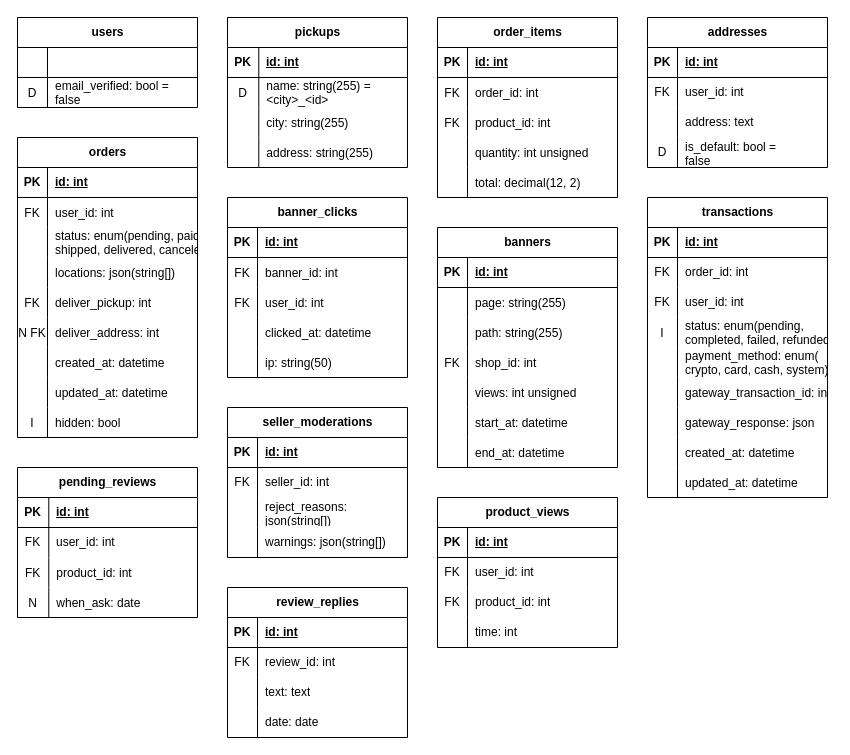
d0lmany/TEWA keeps this draw.io diagram as page "Копия ER" (5 of 7) of docs/TEWA - 1 step.drawio. Above is the earlier version. Source tidied: cells renumbered, new cells numbered last; positions are measured from the earlier drawing's top-left corner, leaving out a move shared by most shapes. Both pictures are drawn from the tidied source at 100%, with x=0, y=0 at pixel (17, 17).
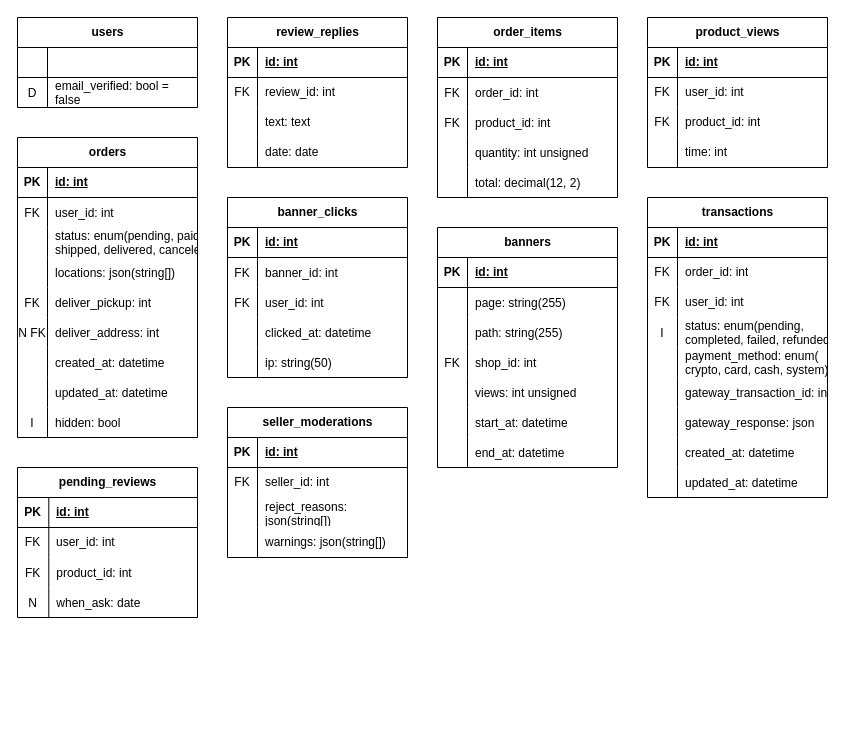
After the change.

The edit, as a diff of the source:
```diff
@@
-    <mxCell id="2" value="pickups" style="shape=table;startSize=30;childLayout=tableLayout;rowLines=0;fontStyle=1;align=center;html=1;" parent="1" vertex="1">
-      <mxGeometry x="210" width="180" height="150" as="geometry" />
-    </mxCell>
-    <mxCell id="3" style="shape=tableRow;horizontal=0;startSize=0;swimlaneHead=0;swimlaneBody=0;fillColor=none;top=0;left=0;right=0;bottom=1;" parent="2" vertex="1">
-      <mxGeometry y="30" width="180" height="30" as="geometry" />
-    </mxCell>
-    <mxCell id="4" value="PK" style="shape=partialRectangle;fillColor=none;top=0;left=0;bottom=0;right=0;fontStyle=1;overflow=hidden;whiteSpace=wrap;html=1;" parent="3" vertex="1">
-      <mxGeometry width="31.3" height="30" as="geometry" />
-    </mxCell>
-    <mxCell id="5" value="id: int" style="shape=partialRectangle;fillColor=none;top=0;left=0;bottom=0;right=0;align=left;spacingLeft=6;fontStyle=5;overflow=hidden;whiteSpace=wrap;html=1;" parent="3" vertex="1">
-      <mxGeometry x="31.3" width="148.7" height="30" as="geometry" />
-    </mxCell>
-    <mxCell id="6" style="shape=tableRow;horizontal=0;startSize=0;swimlaneHead=0;swimlaneBody=0;fillColor=none;top=0;left=0;right=0;bottom=0;" parent="2" vertex="1">
-      <mxGeometry y="60" width="180" height="30" as="geometry" />
-    </mxCell>
-    <mxCell id="7" value="D" style="shape=partialRectangle;fillColor=none;top=0;left=0;bottom=0;right=0;overflow=hidden;" parent="6" vertex="1">
-      <mxGeometry width="31.3" height="30" as="geometry" />
-    </mxCell>
-    <mxCell id="8" value="name: string(255) =&#10;&lt;city&gt;_&lt;id&gt;" style="shape=partialRectangle;fillColor=none;top=0;left=0;bottom=0;right=0;align=left;spacingLeft=6;overflow=hidden;" parent="6" vertex="1">
-      <mxGeometry x="31.3" width="148.7" height="30" as="geometry" />
-    </mxCell>
-    <mxCell id="9" style="shape=tableRow;horizontal=0;startSize=0;swimlaneHead=0;swimlaneBody=0;fillColor=none;top=0;left=0;right=0;bottom=0;" parent="2" vertex="1">
-      <mxGeometry y="90" width="180" height="30" as="geometry" />
-    </mxCell>
-    <mxCell id="10" style="shape=partialRectangle;fillColor=none;top=0;left=0;bottom=0;right=0;overflow=hidden;" parent="9" vertex="1">
-      <mxGeometry width="31.3" height="30" as="geometry" />
-    </mxCell>
-    <mxCell id="11" value="city: string(255)" style="shape=partialRectangle;fillColor=none;top=0;left=0;bottom=0;right=0;align=left;spacingLeft=6;overflow=hidden;" parent="9" vertex="1">
-      <mxGeometry x="31.3" width="148.7" height="30" as="geometry" />
-    </mxCell>
-    <mxCell id="12" style="shape=tableRow;horizontal=0;startSize=0;swimlaneHead=0;swimlaneBody=0;fillColor=none;top=0;left=0;right=0;bottom=0;" parent="2" vertex="1">
-      <mxGeometry y="120" width="180" height="30" as="geometry" />
-    </mxCell>
-    <mxCell id="13" style="shape=partialRectangle;fillColor=none;top=0;left=0;bottom=0;right=0;overflow=hidden;" parent="12" vertex="1">
-      <mxGeometry width="31.3" height="30" as="geometry" />
-    </mxCell>
-    <mxCell id="14" value="address: string(255)" style="shape=partialRectangle;fillColor=none;top=0;left=0;bottom=0;right=0;align=left;spacingLeft=6;overflow=hidden;" parent="12" vertex="1">
-      <mxGeometry x="31.3" width="148.7" height="30" as="geometry" />
-    </mxCell>
@@
-    <mxCell id="139" value="addresses" style="shape=table;startSize=30;childLayout=tableLayout;rowLines=0;fontStyle=1;align=center;html=1;" parent="1" vertex="1">
-      <mxGeometry x="630" width="180" height="150" as="geometry" />
-    </mxCell>
-    <mxCell id="140" style="shape=tableRow;horizontal=0;startSize=0;swimlaneHead=0;swimlaneBody=0;fillColor=none;top=0;left=0;right=0;bottom=1;" parent="139" vertex="1">
-      <mxGeometry y="30" width="180" height="30" as="geometry" />
-    </mxCell>
-    <mxCell id="141" value="PK" style="shape=partialRectangle;fillColor=none;top=0;left=0;bottom=0;right=0;fontStyle=1;overflow=hidden;whiteSpace=wrap;html=1;" parent="140" vertex="1">
-      <mxGeometry width="30" height="30" as="geometry" />
-    </mxCell>
-    <mxCell id="142" value="id: int" style="shape=partialRectangle;fillColor=none;top=0;left=0;bottom=0;right=0;align=left;spacingLeft=6;fontStyle=5;overflow=hidden;whiteSpace=wrap;html=1;" parent="140" vertex="1">
-      <mxGeometry x="30" width="150" height="30" as="geometry" />
-    </mxCell>
-    <mxCell id="143" style="shape=tableRow;horizontal=0;startSize=0;swimlaneHead=0;swimlaneBody=0;fillColor=none;top=0;left=0;right=0;bottom=0;" parent="139" vertex="1">
-      <mxGeometry y="60" width="180" height="30" as="geometry" />
-    </mxCell>
-    <mxCell id="144" value="FK" style="shape=partialRectangle;fillColor=none;top=0;left=0;bottom=0;right=0;overflow=hidden;whiteSpace=wrap;html=1;" parent="143" vertex="1">
-      <mxGeometry width="30" height="30" as="geometry" />
-    </mxCell>
-    <mxCell id="145" value="user_id: int" style="shape=partialRectangle;fillColor=none;top=0;left=0;bottom=0;right=0;align=left;spacingLeft=6;overflow=hidden;whiteSpace=wrap;html=1;" parent="143" vertex="1">
-      <mxGeometry x="30" width="150" height="30" as="geometry" />
-    </mxCell>
-    <mxCell id="146" style="shape=tableRow;horizontal=0;startSize=0;swimlaneHead=0;swimlaneBody=0;fillColor=none;top=0;left=0;right=0;bottom=0;" parent="139" vertex="1">
-      <mxGeometry y="90" width="180" height="30" as="geometry" />
-    </mxCell>
-    <mxCell id="147" style="shape=partialRectangle;fillColor=none;top=0;left=0;bottom=0;right=0;overflow=hidden;whiteSpace=wrap;html=1;" parent="146" vertex="1">
-      <mxGeometry width="30" height="30" as="geometry" />
-    </mxCell>
-    <mxCell id="148" value="address: text" style="shape=partialRectangle;fillColor=none;top=0;left=0;bottom=0;right=0;align=left;spacingLeft=6;overflow=hidden;whiteSpace=wrap;html=1;" parent="146" vertex="1">
-      <mxGeometry x="30" width="150" height="30" as="geometry" />
-    </mxCell>
-    <mxCell id="149" style="shape=tableRow;horizontal=0;startSize=0;swimlaneHead=0;swimlaneBody=0;fillColor=none;top=0;left=0;right=0;bottom=0;" parent="139" vertex="1">
-      <mxGeometry y="120" width="180" height="30" as="geometry" />
-    </mxCell>
-    <mxCell id="150" value="D" style="shape=partialRectangle;fillColor=none;top=0;left=0;bottom=0;right=0;overflow=hidden;whiteSpace=wrap;html=1;" parent="149" vertex="1">
-      <mxGeometry width="30" height="30" as="geometry" />
-    </mxCell>
-    <mxCell id="151" value="is_default: bool =&amp;nbsp;&lt;div&gt;false&lt;/div&gt;" style="shape=partialRectangle;fillColor=none;top=0;left=0;bottom=0;right=0;align=left;spacingLeft=6;overflow=hidden;whiteSpace=wrap;html=1;" parent="149" vertex="1">
-      <mxGeometry x="30" width="150" height="30" as="geometry" />
-    </mxCell>
@@
     <mxCell id="165" value="product_views" style="shape=table;startSize=30;childLayout=tableLayout;rowLines=0;fontStyle=1;align=center;html=1;" parent="1" vertex="1">
-      <mxGeometry x="420" y="480" width="180" height="150" as="geometry" />
+      <mxGeometry x="630" width="180" height="150" as="geometry" />
     </mxCell>
@@
     <mxCell id="178" value="review_replies" style="shape=table;startSize=30;childLayout=tableLayout;rowLines=0;fontStyle=1;align=center;html=1;" parent="1" vertex="1">
-      <mxGeometry x="210" y="570" width="180" height="150" as="geometry" />
+      <mxGeometry x="210" width="180" height="150" as="geometry" />
     </mxCell>
```
